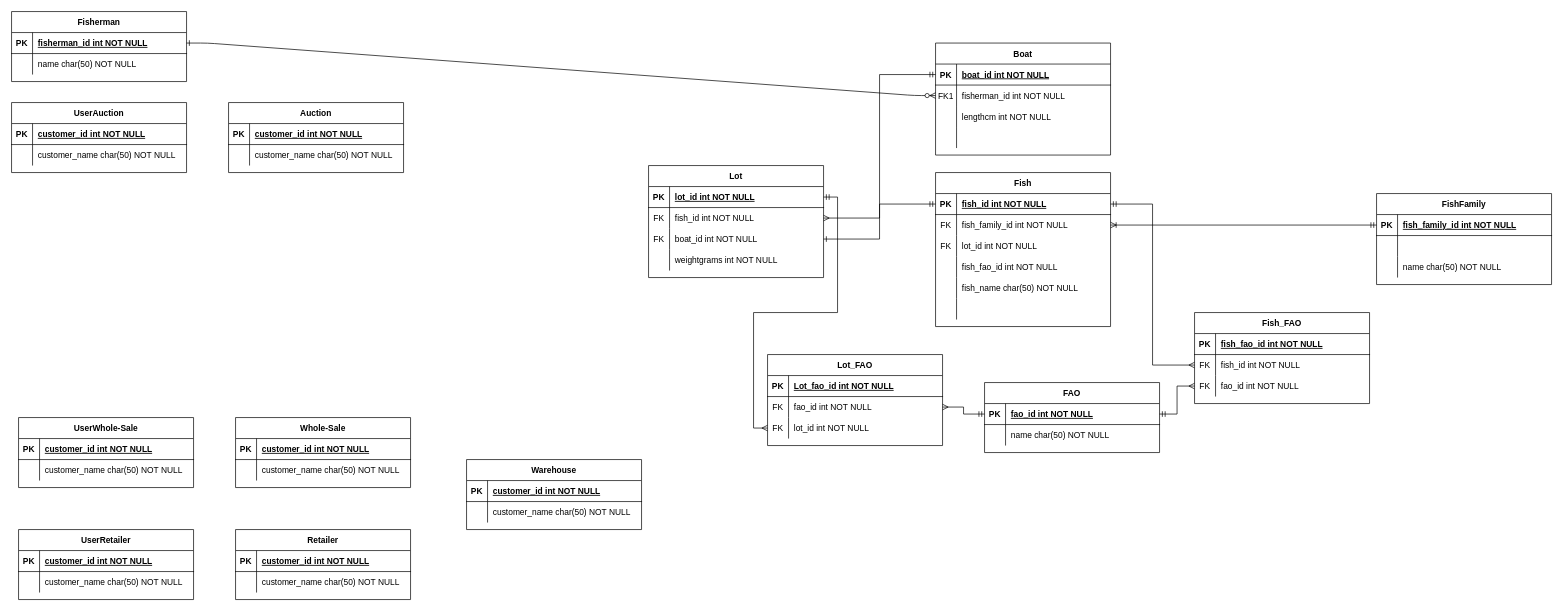
The draw.io diagram ERD.drawio in johanjuulj/fishy, before the edit. Source tidied: cells renumbered, new cells numbered last; positions are measured from the earlier drawing's top-left corner, leaving out a move shared by most shapes. Both pictures are drawn from the tidied source at 70%, with x=0, y=0 at pixel (11, 11).
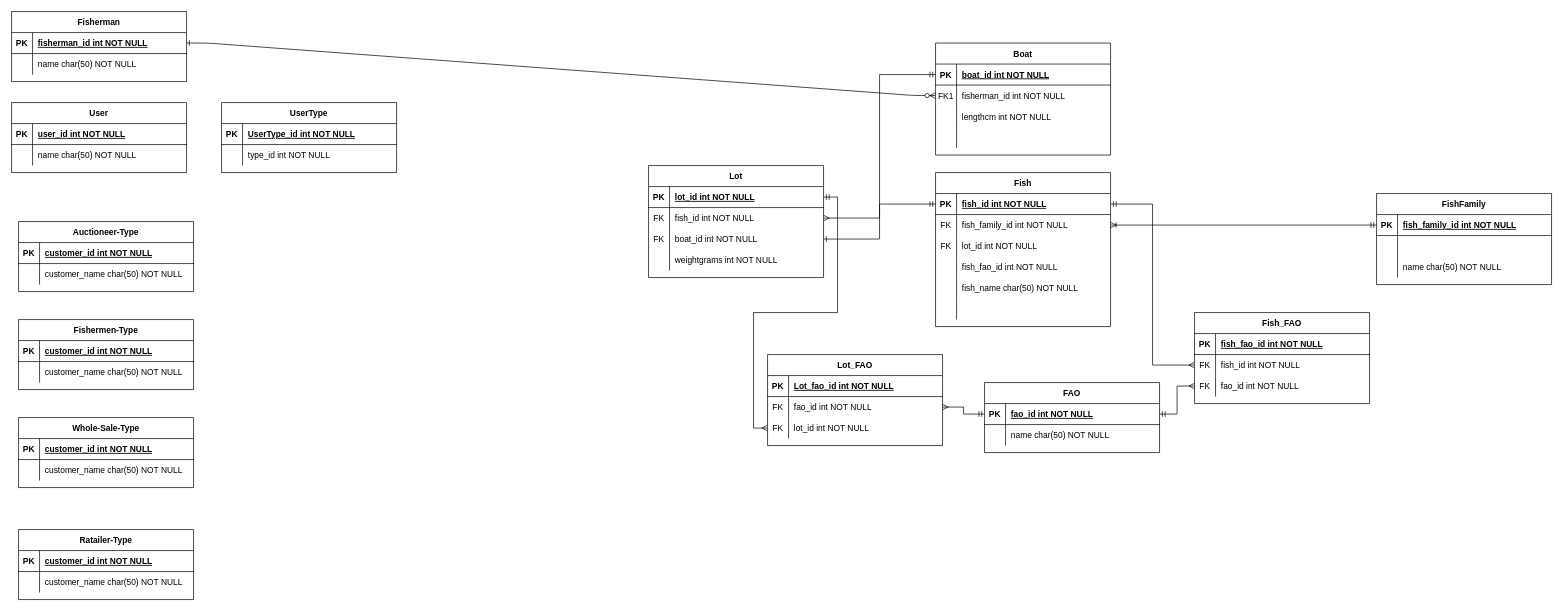
The same diagram, later.

Unchanged cells that the change refers to:
```xml
<mxCell id="61" style="shape=partialRectangle;fillColor=none;top=0;left=0;right=0;bottom=1;" parent="60" vertex="1">
  <mxGeometry y="30" width="250" height="30" as="geometry" />
</mxCell>
<mxCell id="64" style="shape=partialRectangle;fillColor=none;top=0;left=0;right=0;bottom=0;" parent="60" vertex="1">
  <mxGeometry y="60" width="250" height="30" as="geometry" />
</mxCell>
<mxCell id="68" style="shape=partialRectangle;fillColor=none;top=0;left=0;right=0;bottom=1;" parent="67" vertex="1">
  <mxGeometry y="30" width="250" height="30" as="geometry" />
</mxCell>
<mxCell id="71" style="shape=partialRectangle;fillColor=none;top=0;left=0;right=0;bottom=0;" parent="67" vertex="1">
  <mxGeometry y="60" width="250" height="30" as="geometry" />
</mxCell>
```

The edit, as a diff of the source:
```diff
@@
-    <mxCell id="60" value="Auction" style="shape=table;startSize=30;childLayout=tableLayout;rowLines=0;fontStyle=1;align=center;" parent="1" vertex="1">
-      <mxGeometry x="310" y="130" width="250" height="100" as="geometry" />
+    <mxCell id="60" value="UserType" style="shape=table;startSize=30;childLayout=tableLayout;rowLines=0;fontStyle=1;align=center;" parent="1" vertex="1">
+      <mxGeometry x="300" y="130" width="250" height="100" as="geometry" />
     </mxCell>
@@
-    <mxCell id="63" value="customer_id int NOT NULL " style="shape=partialRectangle;overflow=hidden;fillColor=none;top=0;left=0;bottom=0;right=0;align=left;spacingLeft=6;fontStyle=5;" parent="61" vertex="1">
+    <mxCell id="63" value="UserType_id int NOT NULL " style="shape=partialRectangle;overflow=hidden;fillColor=none;top=0;left=0;bottom=0;right=0;align=left;spacingLeft=6;fontStyle=5;" parent="61" vertex="1">
       <mxGeometry x="30" width="220" height="30" as="geometry" />
     </mxCell>
@@
-    <mxCell id="66" value="customer_name char(50) NOT NULL" style="shape=partialRectangle;overflow=hidden;fillColor=none;top=0;left=0;bottom=0;right=0;align=left;spacingLeft=6;" parent="64" vertex="1">
+    <mxCell id="66" value="type_id int NOT NULL" style="shape=partialRectangle;overflow=hidden;fillColor=none;top=0;left=0;bottom=0;right=0;align=left;spacingLeft=6;" parent="64" vertex="1">
       <mxGeometry x="30" width="220" height="30" as="geometry" />
     </mxCell>
-    <mxCell id="67" value="UserAuction" style="shape=table;startSize=30;childLayout=tableLayout;rowLines=0;fontStyle=1;align=center;" parent="1" vertex="1">
+    <mxCell id="67" value="User" style="shape=table;startSize=30;childLayout=tableLayout;rowLines=0;fontStyle=1;align=center;" parent="1" vertex="1">
       <mxGeometry y="130" width="250" height="100" as="geometry" />
     </mxCell>
@@
-    <mxCell id="70" value="customer_id int NOT NULL " style="shape=partialRectangle;overflow=hidden;fillColor=none;top=0;left=0;bottom=0;right=0;align=left;spacingLeft=6;fontStyle=5;" parent="68" vertex="1">
+    <mxCell id="70" value="user_id int NOT NULL " style="shape=partialRectangle;overflow=hidden;fillColor=none;top=0;left=0;bottom=0;right=0;align=left;spacingLeft=6;fontStyle=5;" parent="68" vertex="1">
       <mxGeometry x="30" width="220" height="30" as="geometry" />
     </mxCell>
@@
-    <mxCell id="73" value="customer_name char(50) NOT NULL" style="shape=partialRectangle;overflow=hidden;fillColor=none;top=0;left=0;bottom=0;right=0;align=left;spacingLeft=6;" parent="71" vertex="1">
+    <mxCell id="73" value="name char(50) NOT NULL" style="shape=partialRectangle;overflow=hidden;fillColor=none;top=0;left=0;bottom=0;right=0;align=left;spacingLeft=6;" parent="71" vertex="1">
       <mxGeometry x="30" width="220" height="30" as="geometry" />
     </mxCell>
-    <mxCell id="74" value="UserWhole-Sale" style="shape=table;startSize=30;childLayout=tableLayout;rowLines=0;fontStyle=1;align=center;" parent="1" vertex="1">
+    <mxCell id="74" value="Whole-Sale-Type" style="shape=table;startSize=30;childLayout=tableLayout;rowLines=0;fontStyle=1;align=center;" parent="1" vertex="1">
       <mxGeometry x="10" y="580" width="250" height="100" as="geometry" />
     </mxCell>
@@
-    <mxCell id="81" value="Whole-Sale" style="shape=table;startSize=30;childLayout=tableLayout;rowLines=0;fontStyle=1;align=center;" parent="1" vertex="1">
-      <mxGeometry x="320" y="580" width="250" height="100" as="geometry" />
-    </mxCell>
-    <mxCell id="82" style="shape=partialRectangle;fillColor=none;top=0;left=0;right=0;bottom=1;" parent="81" vertex="1">
-      <mxGeometry y="30" width="250" height="30" as="geometry" />
-    </mxCell>
-    <mxCell id="83" value="PK" style="shape=partialRectangle;overflow=hidden;fillColor=none;top=0;left=0;bottom=0;right=0;fontStyle=1;" parent="82" vertex="1">
-      <mxGeometry width="30" height="30" as="geometry" />
-    </mxCell>
-    <mxCell id="84" value="customer_id int NOT NULL " style="shape=partialRectangle;overflow=hidden;fillColor=none;top=0;left=0;bottom=0;right=0;align=left;spacingLeft=6;fontStyle=5;" parent="82" vertex="1">
-      <mxGeometry x="30" width="220" height="30" as="geometry" />
-    </mxCell>
-    <mxCell id="85" style="shape=partialRectangle;fillColor=none;top=0;left=0;right=0;bottom=0;" parent="81" vertex="1">
-      <mxGeometry y="60" width="250" height="30" as="geometry" />
-    </mxCell>
-    <mxCell id="86" style="shape=partialRectangle;overflow=hidden;fillColor=none;top=0;left=0;bottom=0;right=0;" parent="85" vertex="1">
-      <mxGeometry width="30" height="30" as="geometry" />
-    </mxCell>
-    <mxCell id="87" value="customer_name char(50) NOT NULL" style="shape=partialRectangle;overflow=hidden;fillColor=none;top=0;left=0;bottom=0;right=0;align=left;spacingLeft=6;" parent="85" vertex="1">
-      <mxGeometry x="30" width="220" height="30" as="geometry" />
-    </mxCell>
-    <mxCell id="88" value="UserRetailer" style="shape=table;startSize=30;childLayout=tableLayout;rowLines=0;fontStyle=1;align=center;" parent="1" vertex="1">
+    <mxCell id="88" value="Ratailer-Type" style="shape=table;startSize=30;childLayout=tableLayout;rowLines=0;fontStyle=1;align=center;" parent="1" vertex="1">
       <mxGeometry x="10" y="740" width="250" height="100" as="geometry" />
     </mxCell>
@@
-    <mxCell id="95" value="Retailer" style="shape=table;startSize=30;childLayout=tableLayout;rowLines=0;fontStyle=1;align=center;" parent="1" vertex="1">
-      <mxGeometry x="320" y="740" width="250" height="100" as="geometry" />
+    <mxCell id="95" value="Fishermen-Type" style="shape=table;startSize=30;childLayout=tableLayout;rowLines=0;fontStyle=1;align=center;" parent="1" vertex="1">
+      <mxGeometry x="10" y="440" width="250" height="100" as="geometry" />
     </mxCell>
@@
-    <mxCell id="102" value="Warehouse" style="shape=table;startSize=30;childLayout=tableLayout;rowLines=0;fontStyle=1;align=center;" parent="1" vertex="1">
-      <mxGeometry x="650" y="640" width="250" height="100" as="geometry" />
-    </mxCell>
-    <mxCell id="103" style="shape=partialRectangle;fillColor=none;top=0;left=0;right=0;bottom=1;" parent="102" vertex="1">
-      <mxGeometry y="30" width="250" height="30" as="geometry" />
-    </mxCell>
-    <mxCell id="104" value="PK" style="shape=partialRectangle;overflow=hidden;fillColor=none;top=0;left=0;bottom=0;right=0;fontStyle=1;" parent="103" vertex="1">
-      <mxGeometry width="30" height="30" as="geometry" />
-    </mxCell>
-    <mxCell id="105" value="customer_id int NOT NULL " style="shape=partialRectangle;overflow=hidden;fillColor=none;top=0;left=0;bottom=0;right=0;align=left;spacingLeft=6;fontStyle=5;" parent="103" vertex="1">
-      <mxGeometry x="30" width="220" height="30" as="geometry" />
-    </mxCell>
-    <mxCell id="106" style="shape=partialRectangle;fillColor=none;top=0;left=0;right=0;bottom=0;" parent="102" vertex="1">
-      <mxGeometry y="60" width="250" height="30" as="geometry" />
-    </mxCell>
-    <mxCell id="107" style="shape=partialRectangle;overflow=hidden;fillColor=none;top=0;left=0;bottom=0;right=0;" parent="106" vertex="1">
-      <mxGeometry width="30" height="30" as="geometry" />
-    </mxCell>
-    <mxCell id="108" value="customer_name char(50) NOT NULL" style="shape=partialRectangle;overflow=hidden;fillColor=none;top=0;left=0;bottom=0;right=0;align=left;spacingLeft=6;" parent="106" vertex="1">
-      <mxGeometry x="30" width="220" height="30" as="geometry" />
-    </mxCell>
@@
+    <mxCell id="148" value="Auctioneer-Type" style="shape=table;startSize=30;childLayout=tableLayout;rowLines=0;fontStyle=1;align=center;" parent="1" vertex="1">
+      <mxGeometry x="10" y="300" width="250" height="100" as="geometry" />
+    </mxCell>
+    <mxCell id="149" style="shape=partialRectangle;fillColor=none;top=0;left=0;right=0;bottom=1;" parent="148" vertex="1">
+      <mxGeometry y="30" width="250" height="30" as="geometry" />
+    </mxCell>
+    <mxCell id="150" value="PK" style="shape=partialRectangle;overflow=hidden;fillColor=none;top=0;left=0;bottom=0;right=0;fontStyle=1;" parent="149" vertex="1">
+      <mxGeometry width="30" height="30" as="geometry" />
+    </mxCell>
+    <mxCell id="151" value="customer_id int NOT NULL " style="shape=partialRectangle;overflow=hidden;fillColor=none;top=0;left=0;bottom=0;right=0;align=left;spacingLeft=6;fontStyle=5;" parent="149" vertex="1">
+      <mxGeometry x="30" width="220" height="30" as="geometry" />
+    </mxCell>
+    <mxCell id="152" style="shape=partialRectangle;fillColor=none;top=0;left=0;right=0;bottom=0;" parent="148" vertex="1">
+      <mxGeometry y="60" width="250" height="30" as="geometry" />
+    </mxCell>
+    <mxCell id="153" style="shape=partialRectangle;overflow=hidden;fillColor=none;top=0;left=0;bottom=0;right=0;" parent="152" vertex="1">
+      <mxGeometry width="30" height="30" as="geometry" />
+    </mxCell>
+    <mxCell id="154" value="customer_name char(50) NOT NULL" style="shape=partialRectangle;overflow=hidden;fillColor=none;top=0;left=0;bottom=0;right=0;align=left;spacingLeft=6;" parent="152" vertex="1">
+      <mxGeometry x="30" width="220" height="30" as="geometry" />
+    </mxCell>
```
